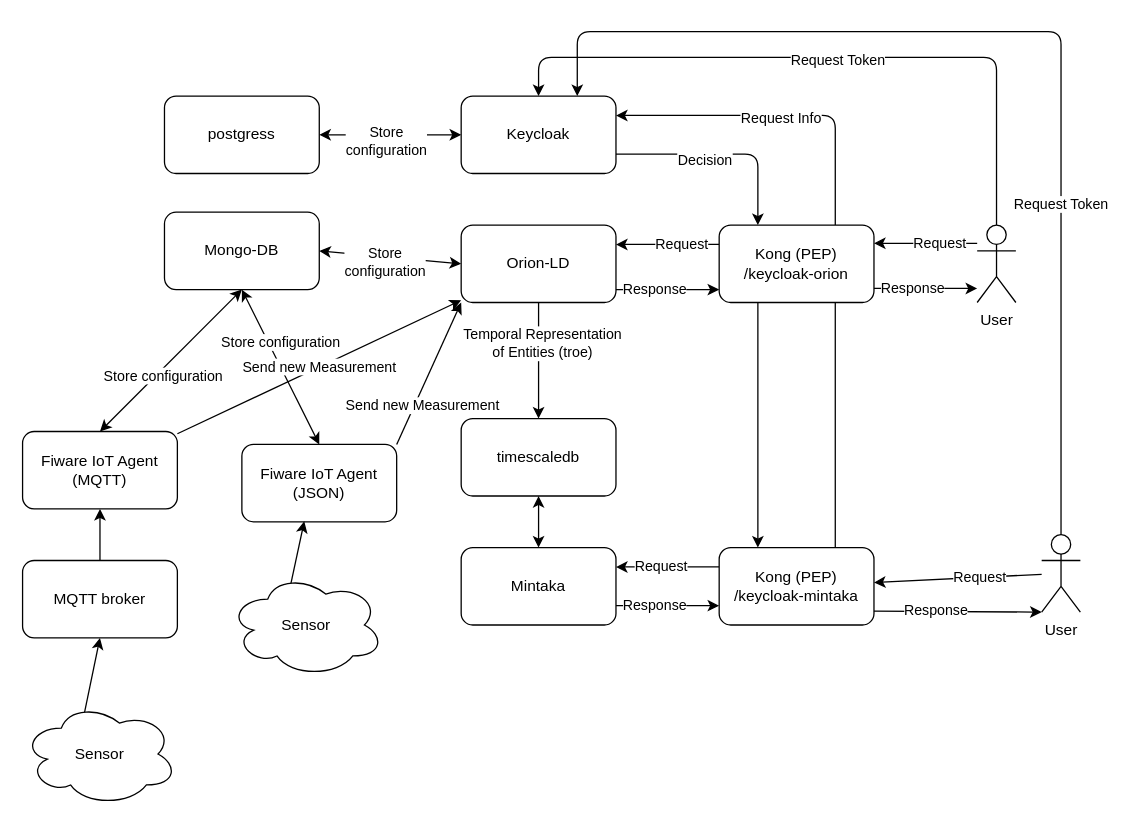
european-dynamics-rnd/RAMP-IIOT-LD keeps this draw.io diagram as demo/img/demo_diagram.drawio. Above is the earlier version. Source tidied: cells renumbered, new cells numbered last; positions are measured from the earlier drawing's top-left corner, leaving out a move shared by most shapes. Both pictures are drawn from the tidied source at 129%, with x=0, y=0 at pixel (22, 31).
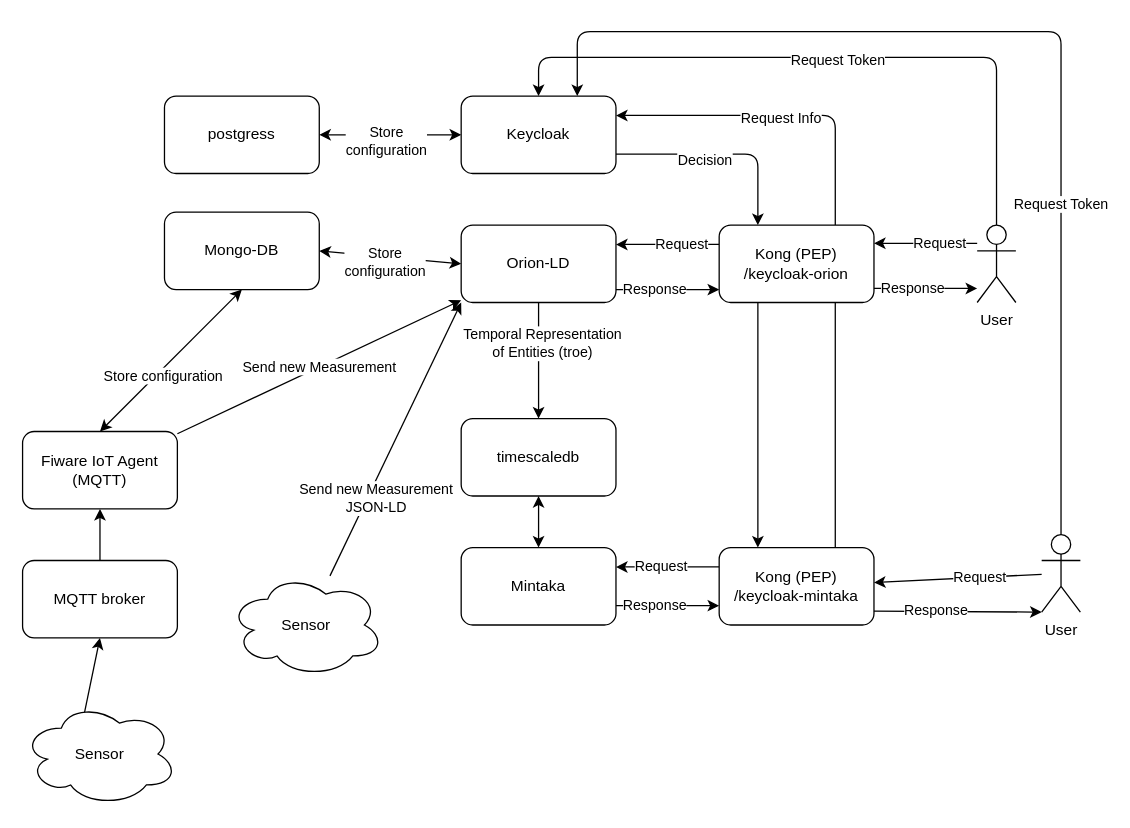
The same page after the edit.

The change refers to these unchanged cells:
```xml
<mxCell id="4" value="Orion-LD" style="rounded=1;whiteSpace=wrap;html=1;" parent="1" vertex="1">
  <mxGeometry x="340" y="150" width="120" height="60" as="geometry" />
</mxCell>
<mxCell id="9" value="Mongo-DB" style="rounded=1;whiteSpace=wrap;html=1;" parent="1" vertex="1">
  <mxGeometry x="110" y="140" width="120" height="60" as="geometry" />
</mxCell>
<mxCell id="45" value="Sensor" style="ellipse;shape=cloud;whiteSpace=wrap;html=1;" parent="1" vertex="1">
  <mxGeometry x="160" y="420" width="120" height="80" as="geometry" />
</mxCell>
```

What changed in the source:
```diff
@@
-    <mxCell id="5" style="edgeStyle=none;html=1;exitX=0.5;exitY=0;exitDx=0;exitDy=0;entryX=0.5;entryY=1;entryDx=0;entryDy=0;startArrow=classic;startFill=1;" parent="1" edge="1" source="8" target="9">
-      <mxGeometry relative="1" as="geometry" />
-    </mxCell>
-    <mxCell id="6" value="Store configuration" style="edgeLabel;html=1;align=center;verticalAlign=middle;" parent="5" vertex="1">
-      <mxGeometry x="-0.16" y="-4" relative="1" as="geometry">
-        <mxPoint x="-9" y="-28" as="offset" />
-      </mxGeometry>
-    </mxCell>
-    <mxCell id="7" value="Send new Measurement" style="edgeStyle=none;html=1;exitX=1;exitY=0;exitDx=0;exitDy=0;entryX=0;entryY=1;entryDx=0;entryDy=0;startArrow=none;startFill=0;" parent="1" edge="1" source="8" target="4">
+    <mxCell id="7" value="Send new Measurement&lt;br&gt;JSON-LD" style="edgeStyle=none;html=1;entryX=0;entryY=1;entryDx=0;entryDy=0;startArrow=none;startFill=0;" parent="1" edge="1" source="45" target="4">
       <mxGeometry x="-0.41" y="-6" relative="1" as="geometry" />
     </mxCell>
-    <mxCell id="8" value="Fiware IoT Agent (JSON)" style="rounded=1;whiteSpace=wrap;html=1;" parent="1" vertex="1">
-      <mxGeometry x="170" y="320" width="120" height="60" as="geometry" />
-    </mxCell>
@@
-    <mxCell id="44" style="edgeStyle=none;html=1;exitX=0.4;exitY=0.1;exitDx=0;exitDy=0;exitPerimeter=0;entryX=0.403;entryY=0.994;entryDx=0;entryDy=0;entryPerimeter=0;startArrow=none;startFill=0;" parent="1" edge="1" source="45" target="8">
-      <mxGeometry relative="1" as="geometry" />
-    </mxCell>
```
